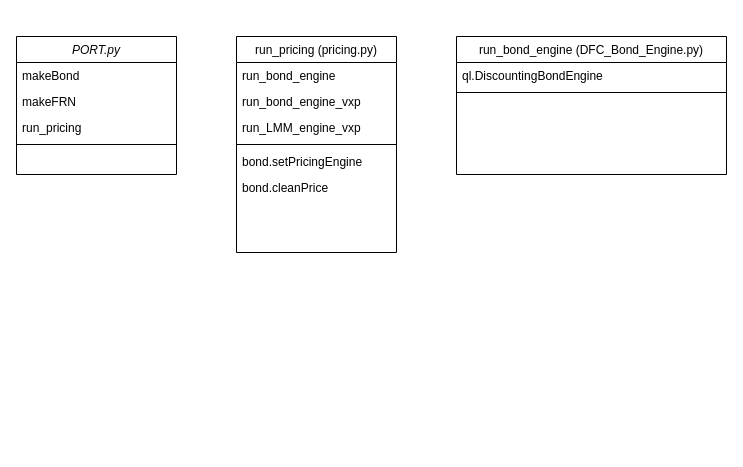
Earlier version of the draw.io diagram LMM.drawio (ORE01/Dashboard). Source tidied: cells renumbered, new cells numbered last; positions are measured from the earlier drawing's top-left corner, leaving out a move shared by most shapes. Both pictures are drawn from the tidied source at 100%, with x=0, y=0 at pixel (16, 36).
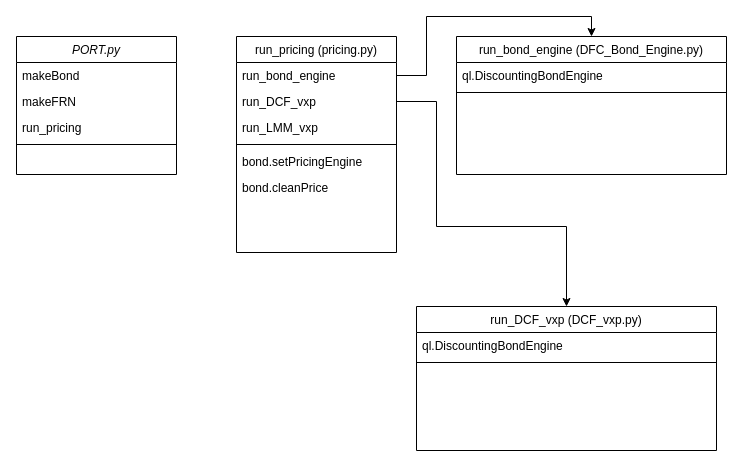
After the change.

The change refers to these unchanged cells:
```xml
<mxCell id="7" value="run_bond_engine (DFC_Bond_Engine.py)" style="swimlane;fontStyle=0;align=center;verticalAlign=top;horizontal=1;startSize=26;rounded=0;shadow=0;strokeWidth=1;" parent="1" vertex="1">
  <mxGeometry x="440" width="270" height="138" as="geometry" />
</mxCell>
<mxCell id="10" value="run_pricing (pricing.py)" style="swimlane;fontStyle=0;align=center;verticalAlign=top;horizontal=1;startSize=26;rounded=0;shadow=0;strokeWidth=1;" parent="1" vertex="1">
  <mxGeometry x="220" width="160" height="216" as="geometry" />
</mxCell>
<mxCell id="11" value="run_bond_engine" style="text;align=left;verticalAlign=top;spacingLeft=4;spacingRight=4;overflow=hidden;points=[[0,0.5],[1,0.5]];portConstraint=eastwest;" parent="10" vertex="1">
  <mxGeometry y="26" width="160" height="26" as="geometry" />
</mxCell>
```

Diff of the diagram source:
```diff
@@
-    <mxCell id="12" value="run_bond_engine_vxp" style="text;align=left;verticalAlign=top;spacingLeft=4;spacingRight=4;overflow=hidden;points=[[0,0.5],[1,0.5]];portConstraint=eastwest;" parent="10" vertex="1">
+    <mxCell id="12" value="run_DCF_vxp" style="text;align=left;verticalAlign=top;spacingLeft=4;spacingRight=4;overflow=hidden;points=[[0,0.5],[1,0.5]];portConstraint=eastwest;" parent="10" vertex="1">
       <mxGeometry y="52" width="160" height="26" as="geometry" />
     </mxCell>
-    <mxCell id="13" value="run_LMM_engine_vxp" style="text;align=left;verticalAlign=top;spacingLeft=4;spacingRight=4;overflow=hidden;rounded=0;shadow=0;html=0;" parent="10" vertex="1">
+    <mxCell id="13" value="run_LMM_vxp" style="text;align=left;verticalAlign=top;spacingLeft=4;spacingRight=4;overflow=hidden;rounded=0;shadow=0;html=0;" parent="10" vertex="1">
       <mxGeometry y="78" width="160" height="26" as="geometry" />
     </mxCell>
@@
+    <mxCell id="17" style="edgeStyle=orthogonalEdgeStyle;rounded=0;jettySize=auto;html=1;entryX=0.5;entryY=0;entryDx=0;entryDy=0;" parent="1" edge="1" source="11" target="7">
+      <mxGeometry relative="1" as="geometry" />
+    </mxCell>
+    <mxCell id="18" value="run_DCF_vxp (DCF_vxp.py)" style="swimlane;fontStyle=0;align=center;verticalAlign=top;horizontal=1;startSize=26;rounded=0;shadow=0;strokeWidth=1;" parent="1" vertex="1">
+      <mxGeometry x="400" y="270" width="300" height="144" as="geometry" />
+    </mxCell>
+    <mxCell id="19" value="ql.DiscountingBondEngine" style="text;align=left;verticalAlign=top;spacingLeft=4;spacingRight=4;overflow=hidden;" parent="18" vertex="1">
+      <mxGeometry y="26" width="300" height="26" as="geometry" />
+    </mxCell>
+    <mxCell id="20" style="line;html=1;strokeWidth=1;align=left;verticalAlign=middle;spacingTop=-1;spacingLeft=3;spacingRight=3;labelPosition=right;" parent="18" vertex="1">
+      <mxGeometry y="52" width="300" height="8" as="geometry" />
+    </mxCell>
+    <mxCell id="21" style="edgeStyle=orthogonalEdgeStyle;rounded=0;jettySize=auto;html=1;entryX=0.5;entryY=0;entryDx=0;entryDy=0;" parent="1" edge="1" source="12" target="18">
+      <mxGeometry relative="1" as="geometry">
+        <Array as="points">
+          <mxPoint x="420" y="65" />
+          <mxPoint x="420" y="190" />
+          <mxPoint x="550" y="190" />
+        </Array>
+      </mxGeometry>
+    </mxCell>
```
